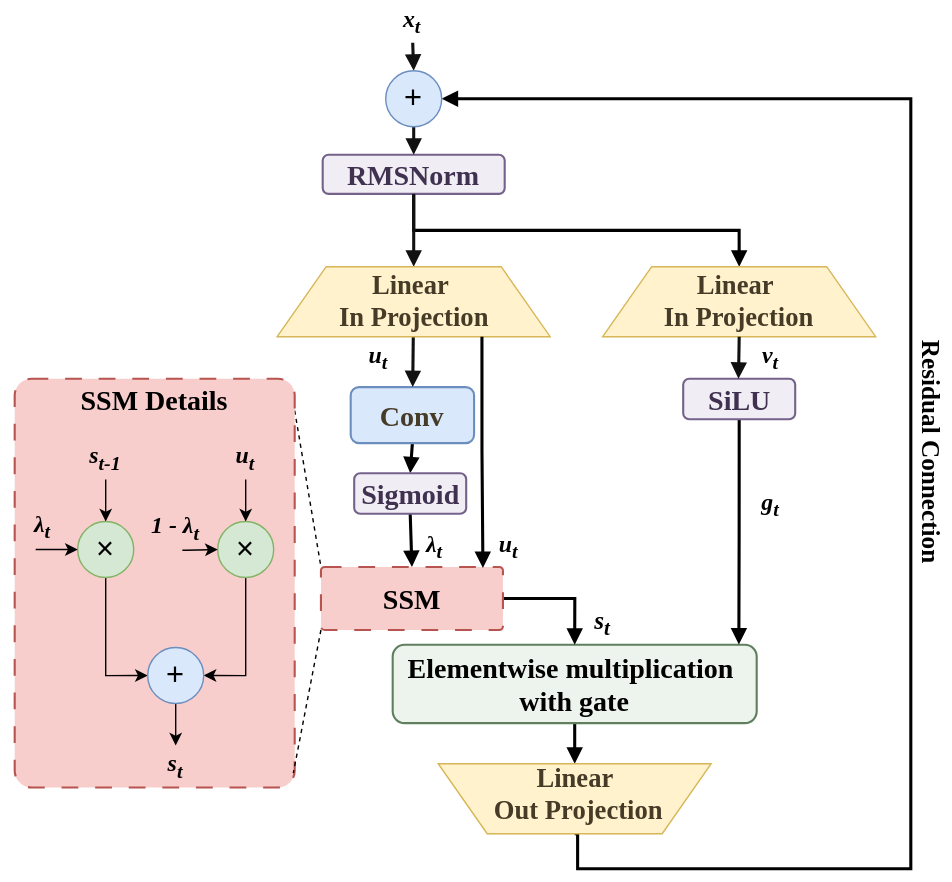
This is thesis/generated_figures/ssm_block_flow.svg from Elison-debug/Cmamba_reconstruct, a draw.io export, as it was before one commit. Source tidied: cells renumbered, new cells last; positions are measured from the earlier drawing's top-left corner, leaving out a move shared by most shapes.
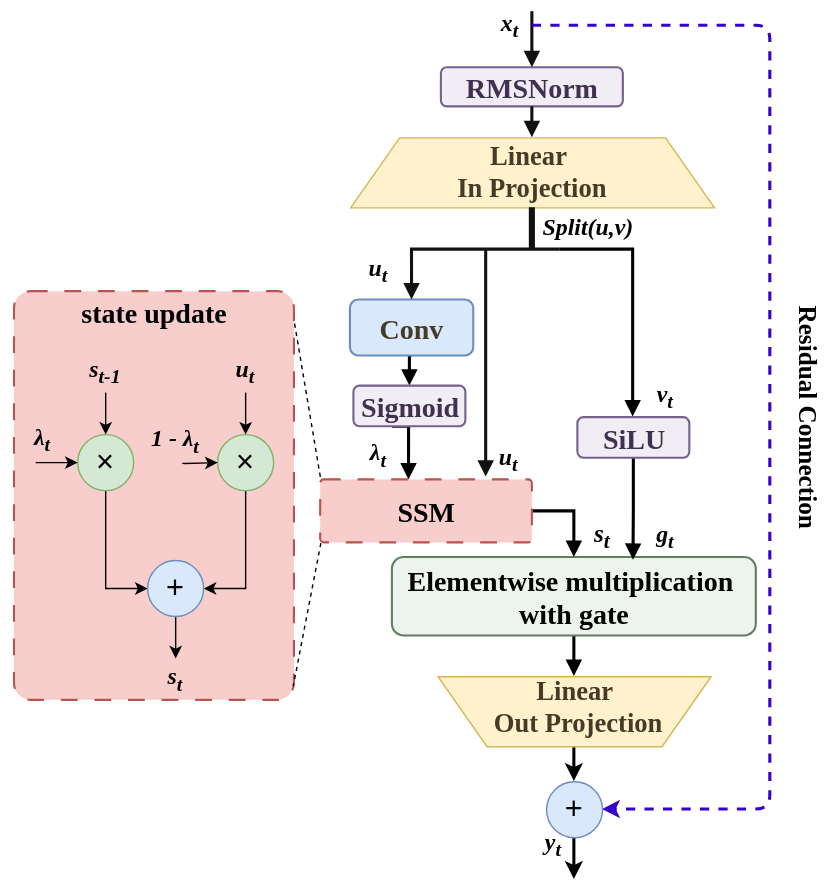
The same file after the commit.

Change to the diagram source:
```diff
@@ -8,11 +8,8 @@
     <mxCell id="3" style="rounded=1;arcSize=6;whiteSpace=wrap;html=1;dashed=1;dashPattern=8 8;strokeWidth=1.5;fillColor=#f8cecc;strokeColor=#b85450;" parent="1" vertex="1">
       <mxGeometry x="10" y="270" width="200" height="292" as="geometry" />
     </mxCell>
-    <mxCell id="4" style="edgeStyle=orthogonalEdgeStyle;rounded=0;jettySize=auto;html=1;exitX=0.5;exitY=1;exitDx=0;exitDy=0;entryX=0.5;entryY=0;entryDx=0;entryDy=0;strokeWidth=2.2;endArrow=block;endFill=1;" parent="1" edge="1" source="5" target="27">
-      <mxGeometry relative="1" as="geometry" />
-    </mxCell>
     <mxCell id="5" value="&lt;font style=&quot;font-size: 20px;&quot;&gt;RMSNorm&lt;/font&gt;" style="rounded=1;whiteSpace=wrap;html=1;fillColor=#f1edf5;strokeColor=#74628a;fontColor=#3f314f;fontFamily=Times New Roman;fontSize=16;fontStyle=1;strokeWidth=1.5;" parent="1" vertex="1">
-      <mxGeometry x="230" y="110" width="130" height="28" as="geometry" />
+      <mxGeometry x="315" y="110" width="130" height="28" as="geometry" />
     </mxCell>
     <mxCell id="6" style="edgeStyle=orthogonalEdgeStyle;rounded=0;jettySize=auto;html=1;exitX=0.5;exitY=1;exitDx=0;exitDy=0;entryX=0.5;entryY=0;entryDx=0;entryDy=0;endArrow=block;endFill=1;strokeWidth=2.2;" parent="1" edge="1" source="7" target="31">
       <mxGeometry relative="1" as="geometry" />
@@ -26,45 +23,55 @@
     <mxCell id="9" value="&lt;font style=&quot;font-size: 20px;&quot;&gt;Elementwise multiplication&amp;nbsp;&lt;/font&gt;&lt;div&gt;&lt;font style=&quot;font-size: 20px;&quot;&gt;with gate&lt;/font&gt;&lt;/div&gt;" style="rounded=1;whiteSpace=wrap;html=1;fillColor=light-dark(#edf3ed, #1f2f1e);strokeColor=light-dark(#5f7f5f, #446e2c);fontFamily=Times New Roman;fontSize=15;fontStyle=1;strokeWidth=1.5;" parent="1" vertex="1">
       <mxGeometry x="280" y="460" width="260" height="56" as="geometry" />
     </mxCell>
-    <mxCell id="10" style="edgeStyle=orthogonalEdgeStyle;rounded=0;jettySize=auto;html=1;exitX=0.5;exitY=1;exitDx=0;exitDy=0;entryX=0.951;entryY=-0.004;entryDx=0;entryDy=0;strokeWidth=2.2;endArrow=block;endFill=1;entryPerimeter=0;" parent="1" edge="1" source="11" target="9">
-      <mxGeometry relative="1" as="geometry" />
+    <mxCell id="10" style="edgeStyle=orthogonalEdgeStyle;rounded=0;jettySize=auto;html=1;exitX=0.5;exitY=1;exitDx=0;exitDy=0;entryX=0.951;entryY=-0.004;entryDx=0;entryDy=0;strokeWidth=2.2;endArrow=block;endFill=1;entryPerimeter=0;" parent="1" edge="1" source="11">
+      <mxGeometry relative="1" as="geometry">
+        <mxPoint x="452.3" y="462" as="targetPoint" />
+      </mxGeometry>
     </mxCell>
     <mxCell id="11" value="&lt;font style=&quot;font-size: 20px;&quot;&gt;SiLU&lt;/font&gt;" style="rounded=1;whiteSpace=wrap;html=1;fillColor=#f1edf5;strokeColor=#74628a;fontColor=#3f314f;fontFamily=Times New Roman;fontSize=15;fontStyle=1;strokeWidth=1.5;" parent="1" vertex="1">
-      <mxGeometry x="487.5" y="270" width="80" height="29" as="geometry" />
+      <mxGeometry x="412.5" y="360" width="80" height="29" as="geometry" />
     </mxCell>
-    <mxCell id="12" style="endArrow=block;html=1;rounded=0;strokeColor=#111111;strokeWidth=2.2;" parent="1" edge="1" source="25" target="5">
-      <mxGeometry relative="1" as="geometry" />
+    <mxCell id="12" style="endArrow=block;html=1;rounded=0;strokeColor=#111111;strokeWidth=2.2;exitX=0.5;exitY=1;exitDx=0;exitDy=0;" parent="1" edge="1" target="5">
+      <mxGeometry relative="1" as="geometry">
+        <mxPoint x="380" y="70" as="sourcePoint" />
+      </mxGeometry>
     </mxCell>
     <mxCell id="13" style="endArrow=block;html=1;rounded=0;strokeColor=#111111;strokeWidth=2.2;entryX=0.5;entryY=0;entryDx=0;entryDy=0;" parent="1" edge="1" source="5" target="19">
       <mxGeometry relative="1" as="geometry" />
     </mxCell>
     <mxCell id="14" style="endArrow=block;html=1;rounded=0;strokeColor=#111111;strokeWidth=2.2;" parent="1" edge="1" target="7">
       <mxGeometry relative="1" as="geometry">
-        <mxPoint x="295" y="214" as="sourcePoint" />
+        <mxPoint x="400" y="240" as="sourcePoint" />
+        <Array as="points">
+          <mxPoint x="294" y="240" />
+        </Array>
       </mxGeometry>
     </mxCell>
-    <mxCell id="15" value="&lt;font face=&quot;Times New Roman&quot; style=&quot;font-size: 17px;&quot;&gt;&lt;b style=&quot;&quot;&gt;&lt;i&gt;u&lt;sub style=&quot;&quot;&gt;t&lt;/sub&gt;&lt;/i&gt;&lt;/b&gt;&lt;/font&gt;" style="text;html=1;whiteSpace=wrap;strokeColor=none;fillColor=none;align=center;verticalAlign=middle;rounded=0;" parent="1" vertex="1">
-      <mxGeometry x="280" y="210" width="60" height="30" as="geometry" />
-    </mxCell>
     <mxCell id="16" value="&lt;font face=&quot;Times New Roman&quot;&gt;&lt;span style=&quot;font-size: 17px;&quot;&gt;&lt;b&gt;&lt;i&gt;v&lt;sub&gt;t&lt;/sub&gt;&lt;/i&gt;&lt;/b&gt;&lt;/span&gt;&lt;/font&gt;" style="text;html=1;whiteSpace=wrap;strokeColor=none;fillColor=none;align=center;verticalAlign=middle;rounded=0;" parent="1" vertex="1">
-      <mxGeometry x="520" y="240" width="60" height="30" as="geometry" />
+      <mxGeometry x="445" y="330" width="60" height="30" as="geometry" />
     </mxCell>
-    <mxCell id="17" style="edgeStyle=orthogonalEdgeStyle;rounded=0;jettySize=auto;html=1;exitX=0.5;exitY=0;exitDx=0;exitDy=0;strokeWidth=2.2;entryX=1;entryY=0.5;entryDx=0;entryDy=0;endArrow=block;endFill=1;" parent="1" edge="1" source="20" target="25">
-      <mxGeometry relative="1" as="geometry">
-        <Array as="points">
-          <mxPoint x="412" y="595" />
-          <mxPoint x="412" y="620" />
-          <mxPoint x="650" y="620" />
-          <mxPoint x="650" y="70" />
-        </Array>
-      </mxGeometry>
-    </mxCell>
+    <mxCell id="54" style="edgeStyle=none;html=1;entryX=1;entryY=0.5;entryDx=0;entryDy=0;dashed=1;fillColor=#6a00ff;strokeColor=#3700CC;strokeWidth=2.2;" parent="1" edge="1" target="25">
+      <mxGeometry relative="1" as="geometry">
+        <mxPoint x="380" y="80" as="sourcePoint" />
+        <Array as="points">
+          <mxPoint x="400" y="80" />
+          <mxPoint x="550" y="80" />
+          <mxPoint x="550" y="190" />
+          <mxPoint x="550" y="360" />
+          <mxPoint x="550" y="510" />
+          <mxPoint x="550" y="640" />
+        </Array>
+      </mxGeometry>
+    </mxCell>
     <mxCell id="18" value="&lt;font face=&quot;Times New Roman&quot; style=&quot;font-size: 17px;&quot;&gt;&lt;b style=&quot;&quot;&gt;&lt;i style=&quot;&quot;&gt;x&lt;sub style=&quot;&quot;&gt;t&lt;/sub&gt;&lt;/i&gt;&lt;/b&gt;&lt;/font&gt;" style="text;html=1;whiteSpace=wrap;strokeColor=none;fillColor=none;align=center;verticalAlign=middle;rounded=0;" parent="1" vertex="1">
-      <mxGeometry x="263.8" width="60" height="30" as="geometry" />
+      <mxGeometry x="333.8" y="70" width="60" height="20" as="geometry" />
     </mxCell>
     <mxCell id="19" value="&lt;span style=&quot;color: rgb(70, 59, 39); font-family: &amp;quot;Times New Roman&amp;quot;; font-size: 19px; font-weight: 700;&quot;&gt;Linear&amp;nbsp;&lt;/span&gt;&lt;div&gt;&lt;span style=&quot;color: rgb(70, 59, 39); font-family: &amp;quot;Times New Roman&amp;quot;; font-size: 19px; font-weight: 700;&quot;&gt;In Projection&lt;/span&gt;&lt;/div&gt;" style="shape=trapezoid;perimeter=trapezoidPerimeter;whiteSpace=wrap;html=1;fixedSize=1;fillColor=#fff2cc;strokeColor=#d6b656;size=35;" parent="1" vertex="1">
-      <mxGeometry x="197.5" y="190" width="195" height="50" as="geometry" />
+      <mxGeometry x="250" y="160" width="260" height="50" as="geometry" />
     </mxCell>
+    <mxCell id="17" style="edgeStyle=none;html=1;exitX=0.5;exitY=0;exitDx=0;exitDy=0;entryX=0.5;entryY=0;entryDx=0;entryDy=0;strokeWidth=2.2;" parent="1" edge="1" source="20" target="25">
+      <mxGeometry relative="1" as="geometry" />
+    </mxCell>
     <mxCell id="20" style="shape=trapezoid;perimeter=trapezoidPerimeter;whiteSpace=wrap;html=1;fixedSize=1;fillColor=#fff2cc;strokeColor=#d6b656;size=35;rotation=-180;" parent="1" vertex="1">
       <mxGeometry x="312.5" y="545" width="195" height="50" as="geometry" />
     </mxCell>
@@ -75,39 +82,28 @@
       <mxGeometry relative="1" as="geometry" />
     </mxCell>
     <mxCell id="23" value="&lt;font face=&quot;Times New Roman&quot; style=&quot;font-size: 20px;&quot;&gt;&lt;b&gt;SSM&lt;/b&gt;&lt;/font&gt;" style="rounded=1;arcSize=6;whiteSpace=wrap;html=1;dashed=1;dashPattern=8 8;fillColor=#f8cecc;strokeColor=#b85450;strokeWidth=1.5;" parent="1" vertex="1">
-      <mxGeometry x="228.8" y="404.5" width="130" height="45" as="geometry" />
+      <mxGeometry x="228.8" y="404.5" width="151.2" height="45" as="geometry" />
     </mxCell>
-    <mxCell id="24" style="endArrow=block;html=1;rounded=0;strokeColor=#111111;strokeWidth=2.2;" parent="1" edge="1" source="18" target="25">
-      <mxGeometry relative="1" as="geometry" />
-    </mxCell>
-    <mxCell id="25" value="&lt;font style=&quot;font-size: 22px;&quot;&gt;+&lt;/font&gt;" style="ellipse;whiteSpace=wrap;html=1;fillColor=#dae8fc;strokeColor=#6c8ebf;" parent="1" vertex="1">
-      <mxGeometry x="275" y="50" width="40" height="40" as="geometry" />
-    </mxCell>
     <mxCell id="26" value="&lt;font style=&quot;font-size: 18px;&quot; face=&quot;Times New Roman&quot;&gt;&lt;b&gt;Residual Connection&lt;/b&gt;&lt;/font&gt;" style="text;html=1;whiteSpace=wrap;strokeColor=none;fillColor=none;align=center;verticalAlign=middle;rounded=0;rotation=90;" parent="1" vertex="1">
-      <mxGeometry x="580" y="307.5" width="170" height="30" as="geometry" />
+      <mxGeometry x="492.5" y="344.5" width="170" height="30" as="geometry" />
     </mxCell>
-    <mxCell id="27" value="&lt;span style=&quot;color: rgb(70, 59, 39); font-family: &amp;quot;Times New Roman&amp;quot;; font-size: 19px; font-weight: 700;&quot;&gt;Linear&amp;nbsp;&lt;/span&gt;&lt;div&gt;&lt;span style=&quot;color: rgb(70, 59, 39); font-family: &amp;quot;Times New Roman&amp;quot;; font-size: 19px; font-weight: 700;&quot;&gt;In Projection&lt;/span&gt;&lt;/div&gt;" style="shape=trapezoid;perimeter=trapezoidPerimeter;whiteSpace=wrap;html=1;fixedSize=1;fillColor=#fff2cc;strokeColor=#d6b656;size=35;" parent="1" vertex="1">
-      <mxGeometry x="430" y="190" width="195" height="50" as="geometry" />
-    </mxCell>
-    <mxCell id="28" style="endArrow=block;html=1;rounded=0;strokeColor=#111111;strokeWidth=2.2;exitX=0.5;exitY=1;exitDx=0;exitDy=0;" parent="1" edge="1" source="27">
-      <mxGeometry relative="1" as="geometry">
-        <mxPoint x="527" y="270" as="targetPoint" />
-      </mxGeometry>
-    </mxCell>
     <mxCell id="29" value="&lt;font face=&quot;Times New Roman&quot;&gt;&lt;span style=&quot;font-size: 17px;&quot;&gt;&lt;b&gt;&lt;i&gt;u&lt;sub&gt;t&lt;/sub&gt;&lt;/i&gt;&lt;/b&gt;&lt;/span&gt;&lt;/font&gt;" style="text;html=1;whiteSpace=wrap;strokeColor=none;fillColor=none;align=center;verticalAlign=middle;rounded=0;" parent="1" vertex="1">
-      <mxGeometry x="240" y="240" width="60" height="30" as="geometry" />
+      <mxGeometry x="250" y="240" width="40" height="30" as="geometry" />
     </mxCell>
-    <mxCell id="30" style="edgeStyle=orthogonalEdgeStyle;rounded=0;jettySize=auto;html=1;exitX=0.5;exitY=1;exitDx=0;exitDy=0;entryX=0.5;entryY=0;entryDx=0;entryDy=0;endArrow=block;endFill=1;strokeWidth=2.2;" parent="1" edge="1" source="31" target="23">
-      <mxGeometry relative="1" as="geometry" />
+    <mxCell id="30" style="edgeStyle=orthogonalEdgeStyle;rounded=0;orthogonalLoop=1;jettySize=auto;html=1;exitX=0.5;exitY=1;exitDx=0;exitDy=0;entryX=0.5;entryY=0;entryDx=0;entryDy=0;endArrow=block;endFill=1;strokeWidth=2.2;" parent="1" edge="1">
+      <mxGeometry relative="1" as="geometry">
+        <mxPoint x="280" y="366.5" as="sourcePoint" />
+        <mxPoint x="291.9" y="404.5" as="targetPoint" />
+      </mxGeometry>
     </mxCell>
     <mxCell id="31" value="&lt;font style=&quot;font-size: 20px;&quot;&gt;Sigmoid&lt;/font&gt;" style="rounded=1;whiteSpace=wrap;html=1;fillColor=#f1edf5;strokeColor=#74628a;fontColor=#3f314f;fontFamily=Times New Roman;fontSize=15;fontStyle=1;strokeWidth=1.5;" parent="1" vertex="1">
       <mxGeometry x="252.5" y="337.5" width="80" height="29" as="geometry" />
     </mxCell>
     <mxCell id="32" value="&lt;font face=&quot;Times New Roman&quot; style=&quot;font-size: 17px;&quot;&gt;&lt;b&gt;&lt;i&gt;&amp;lambda;&lt;sub&gt;t&lt;/sub&gt;&lt;/i&gt;&lt;/b&gt;&lt;/font&gt;" style="text;html=1;whiteSpace=wrap;strokeColor=none;fillColor=none;align=center;verticalAlign=middle;rounded=0;" parent="1" vertex="1">
-      <mxGeometry x="280" y="374.5" width="60" height="30" as="geometry" />
+      <mxGeometry x="255" y="372" width="30" height="30" as="geometry" />
     </mxCell>
     <mxCell id="33" value="&lt;font face=&quot;Times New Roman&quot; style=&quot;font-size: 17px;&quot;&gt;&lt;b&gt;&lt;i&gt;g&lt;sub&gt;t&lt;/sub&gt;&lt;/i&gt;&lt;/b&gt;&lt;/font&gt;" style="text;html=1;whiteSpace=wrap;strokeColor=none;fillColor=none;align=center;verticalAlign=middle;rounded=0;" parent="1" vertex="1">
-      <mxGeometry x="520" y="344.5" width="60" height="30" as="geometry" />
+      <mxGeometry x="445" y="430" width="60" height="30" as="geometry" />
     </mxCell>
     <mxCell id="34" value="&lt;font face=&quot;Times New Roman&quot;&gt;&lt;span style=&quot;font-size: 17px;&quot;&gt;&lt;b&gt;&lt;i&gt;u&lt;sub&gt;t&lt;/sub&gt;&lt;/i&gt;&lt;/b&gt;&lt;/span&gt;&lt;/font&gt;" style="text;html=1;whiteSpace=wrap;strokeColor=none;fillColor=none;align=center;verticalAlign=middle;rounded=0;" parent="1" vertex="1">
       <mxGeometry x="332.5" y="374.5" width="60" height="30" as="geometry" />
@@ -115,9 +111,6 @@
     <mxCell id="35" value="&lt;font face=&quot;Times New Roman&quot; style=&quot;font-size: 18px;&quot;&gt;&lt;b style=&quot;&quot;&gt;&lt;i style=&quot;&quot;&gt;s&lt;sub style=&quot;&quot;&gt;t&lt;/sub&gt;&lt;/i&gt;&lt;/b&gt;&lt;/font&gt;" style="text;html=1;whiteSpace=wrap;strokeColor=none;fillColor=none;align=center;verticalAlign=middle;rounded=0;" parent="1" vertex="1">
       <mxGeometry x="400" y="430" width="60" height="30" as="geometry" />
     </mxCell>
-    <mxCell id="36" style="edgeStyle=orthogonalEdgeStyle;rounded=0;jettySize=auto;html=1;exitX=0.75;exitY=1;exitDx=0;exitDy=0;entryX=0.89;entryY=0.016;entryDx=0;entryDy=0;entryPerimeter=0;strokeWidth=2.2;endArrow=block;endFill=1;" parent="1" edge="1" source="19" target="23">
-      <mxGeometry relative="1" as="geometry" />
-    </mxCell>
     <mxCell id="37" style="edgeStyle=orthogonalEdgeStyle;rounded=0;jettySize=auto;html=1;exitX=0.5;exitY=1;exitDx=0;exitDy=0;entryX=0;entryY=0.5;entryDx=0;entryDy=0;" parent="1" edge="1" source="38" target="48">
       <mxGeometry relative="1" as="geometry" />
     </mxCell>
@@ -172,11 +165,45 @@
     <mxCell id="51" style="edgeStyle=none;rounded=0;jettySize=auto;html=1;exitX=0;exitY=1;exitDx=0;exitDy=0;entryX=0.995;entryY=0.965;entryDx=0;entryDy=0;entryPerimeter=0;endArrow=none;endFill=0;dashed=1;" parent="1" edge="1" source="23" target="3">
       <mxGeometry relative="1" as="geometry" />
     </mxCell>
-    <mxCell id="52" value="&lt;font face=&quot;Times New Roman&quot; style=&quot;font-size: 20px;&quot;&gt;&lt;b style=&quot;&quot;&gt;SSM Details&lt;/b&gt;&lt;/font&gt;" style="text;html=1;whiteSpace=wrap;strokeColor=none;fillColor=none;align=center;verticalAlign=middle;rounded=0;" parent="1" vertex="1">
+    <mxCell id="52" value="&lt;font face=&quot;Times New Roman&quot;&gt;&lt;span style=&quot;font-size: 20px;&quot;&gt;&lt;b&gt;state update&lt;/b&gt;&lt;/span&gt;&lt;/font&gt;" style="text;html=1;whiteSpace=wrap;strokeColor=none;fillColor=none;align=center;verticalAlign=middle;rounded=0;" parent="1" vertex="1">
       <mxGeometry x="55" y="270" width="110" height="30" as="geometry" />
     </mxCell>
     <mxCell id="53" value="&lt;font face=&quot;Times New Roman&quot; style=&quot;font-size: 17px;&quot;&gt;&lt;b&gt;&lt;i&gt;&amp;lambda;&lt;sub&gt;t&lt;/sub&gt;&lt;/i&gt;&lt;/b&gt;&lt;/font&gt;" style="text;html=1;whiteSpace=wrap;strokeColor=none;fillColor=none;align=center;verticalAlign=middle;rounded=0;" parent="1" vertex="1">
       <mxGeometry y="361" width="60" height="30" as="geometry" />
     </mxCell>
+    <mxCell id="55" value="&lt;font face=&quot;Times New Roman&quot; style=&quot;font-size: 17px;&quot;&gt;&lt;b&gt;&lt;i&gt;y&lt;sub&gt;t&lt;/sub&gt;&lt;/i&gt;&lt;/b&gt;&lt;/font&gt;" style="text;html=1;whiteSpace=wrap;strokeColor=none;fillColor=none;align=center;verticalAlign=middle;rounded=0;" parent="1" vertex="1">
+      <mxGeometry x="380" y="650" width="30" height="30" as="geometry" />
+    </mxCell>
+    <mxCell id="56" style="edgeStyle=none;html=1;strokeWidth=2.2;" parent="1" edge="1" source="25">
+      <mxGeometry relative="1" as="geometry">
+        <mxPoint x="410" y="690" as="targetPoint" />
+      </mxGeometry>
+    </mxCell>
+    <mxCell id="25" value="&lt;font style=&quot;font-size: 22px;&quot;&gt;+&lt;/font&gt;" style="ellipse;whiteSpace=wrap;html=1;fillColor=#dae8fc;strokeColor=#6c8ebf;" parent="1" vertex="1">
+      <mxGeometry x="390" y="620" width="40" height="40" as="geometry" />
+    </mxCell>
+    <mxCell id="57" style="endArrow=block;html=1;rounded=0;strokeColor=#111111;strokeWidth=2.2;shape=link;exitX=0.5;exitY=1;exitDx=0;exitDy=0;width=0.9523809523809526;" parent="1" edge="1" source="19">
+      <mxGeometry relative="1" as="geometry">
+        <mxPoint x="380" y="240" as="targetPoint" />
+      </mxGeometry>
+    </mxCell>
+    <mxCell id="58" value="&lt;font face=&quot;Times New Roman&quot;&gt;&lt;span style=&quot;font-size: 17px;&quot;&gt;&lt;b&gt;&lt;i&gt;Split(u,v)&lt;/i&gt;&lt;/b&gt;&lt;/span&gt;&lt;/font&gt;" style="text;html=1;whiteSpace=wrap;strokeColor=none;fillColor=none;align=center;verticalAlign=middle;rounded=0;" parent="1" vertex="1">
+      <mxGeometry x="390" y="210" width="60" height="30" as="geometry" />
+    </mxCell>
+    <mxCell id="59" style="edgeStyle=orthogonalEdgeStyle;rounded=0;orthogonalLoop=1;jettySize=auto;html=1;entryX=0.5;entryY=0;entryDx=0;entryDy=0;endArrow=block;endFill=1;strokeWidth=2.2;" parent="1" edge="1">
+      <mxGeometry relative="1" as="geometry">
+        <mxPoint x="400" y="240" as="sourcePoint" />
+        <mxPoint x="452" y="359.5" as="targetPoint" />
+      </mxGeometry>
+    </mxCell>
+    <mxCell id="60" style="endArrow=block;html=1;rounded=0;strokeColor=#111111;strokeWidth=2.2;" parent="1" edge="1">
+      <mxGeometry relative="1" as="geometry">
+        <mxPoint x="347" y="240" as="sourcePoint" />
+        <mxPoint x="347" y="402.5" as="targetPoint" />
+        <Array as="points">
+          <mxPoint x="347" y="366.5" />
+        </Array>
+      </mxGeometry>
+    </mxCell>
   </root>
 </mxGraphModel>
```
